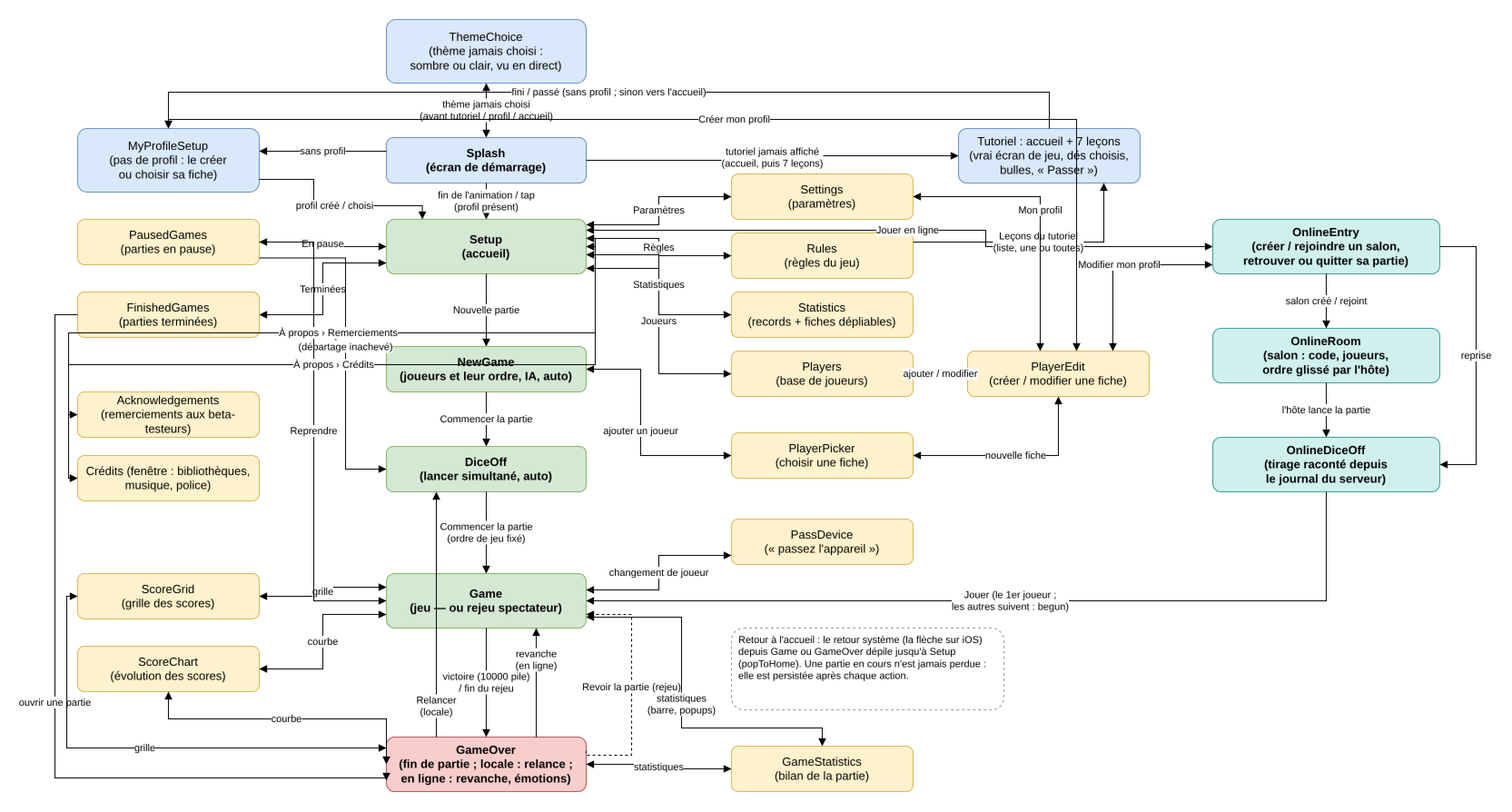
The draw.io diagram docs/screen-flow.png in microscotch/tenk, before a commit. Source tidied: cells renumbered, new cells last; positions are measured from the earlier drawing's top-left corner, leaving out a move shared by most shapes.
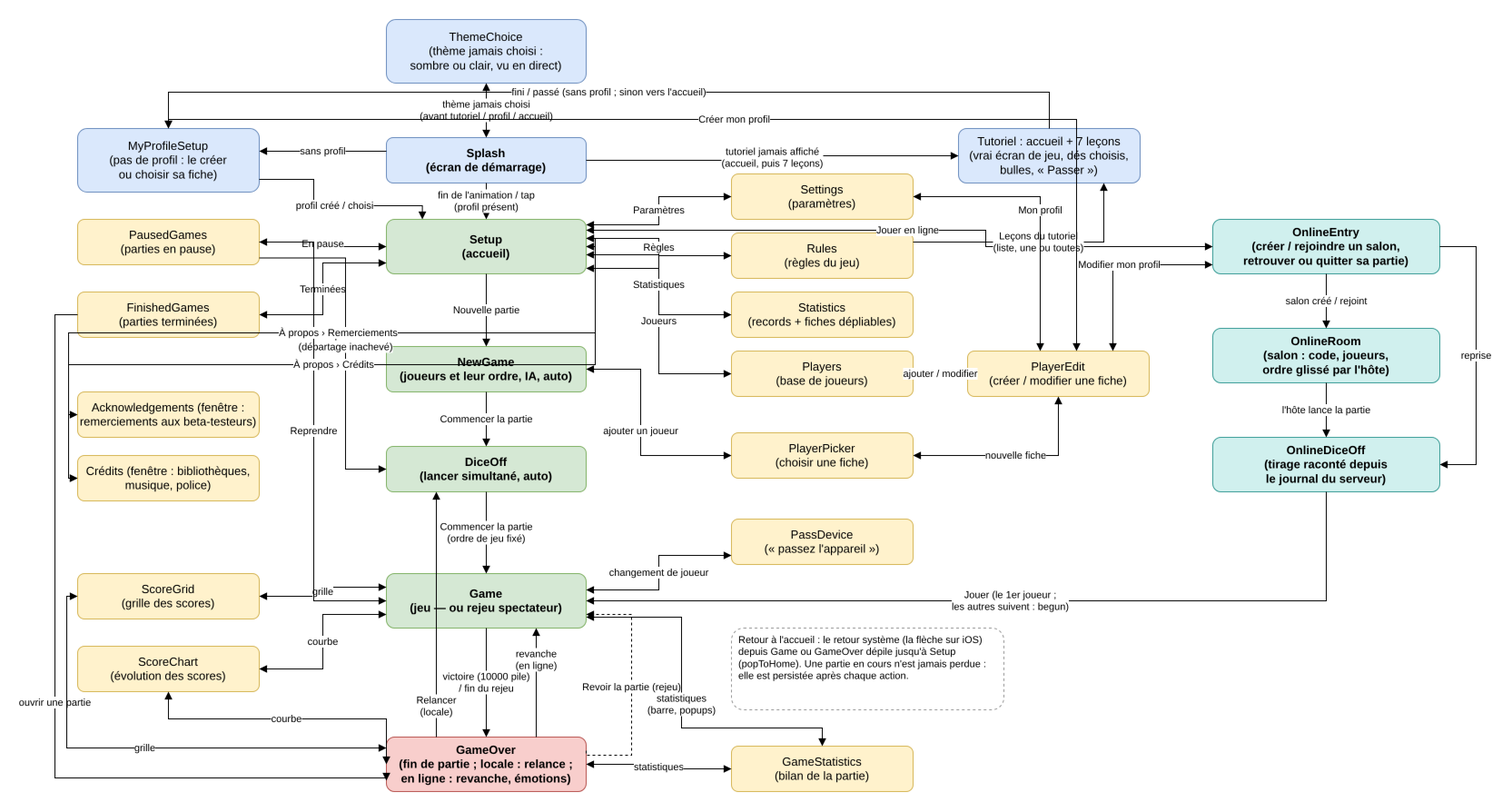
The same diagram one commit later.

Commit message:
refactor: the acknowledgements open in a dialog on top of the About dialog, like the credits

Change to the diagram source:
```diff
@@ -284,7 +284,7 @@
         </Array>
       </mxGeometry>
     </mxCell>
-    <mxCell id="69" value="Acknowledgements (remerciements aux beta-testeurs)" style="rounded=1;whiteSpace=wrap;html=1;fillColor=#fff2cc;strokeColor=#d6b656;fontSize=13;" parent="1" vertex="1">
+    <mxCell id="69" value="Acknowledgements (fenêtre : remerciements aux beta-testeurs)" style="rounded=1;whiteSpace=wrap;html=1;fillColor=#fff2cc;strokeColor=#d6b656;fontSize=13;" parent="1" vertex="1">
       <mxGeometry x="25" y="410" width="200" height="50" as="geometry" />
     </mxCell>
     <mxCell id="70" value="Crédits (fenêtre : bibliothèques, musique, police)" style="rounded=1;whiteSpace=wrap;html=1;fillColor=#fff2cc;strokeColor=#d6b656;fontSize=13;" parent="1" vertex="1">
```
